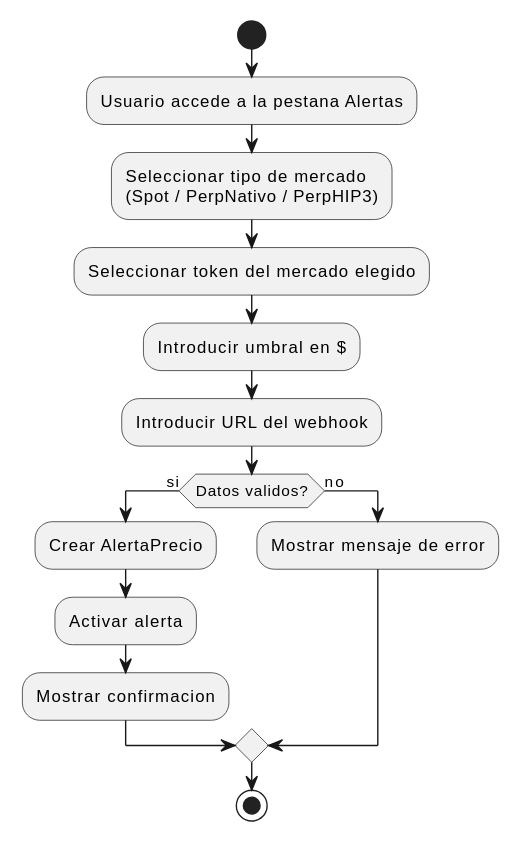
The PlantUML diagram imagenes/capitulo2/CU04-actividad.svg in nekiiiiis/tfg, before a commit. Its diagram source:
```plantuml
@startuml
start

:Usuario accede a la pestana Alertas;

:Seleccionar tipo de mercado\n(Spot / PerpNativo / PerpHIP3);

:Seleccionar token del mercado elegido;

:Introducir umbral en $;

:Introducir URL del webhook;

if (Datos validos?) then (si)
  :Crear AlertaPrecio;
  :Activar alerta;
  :Mostrar confirmacion;
else (no)
  :Mostrar mensaje de error;
endif

stop
@enduml
```
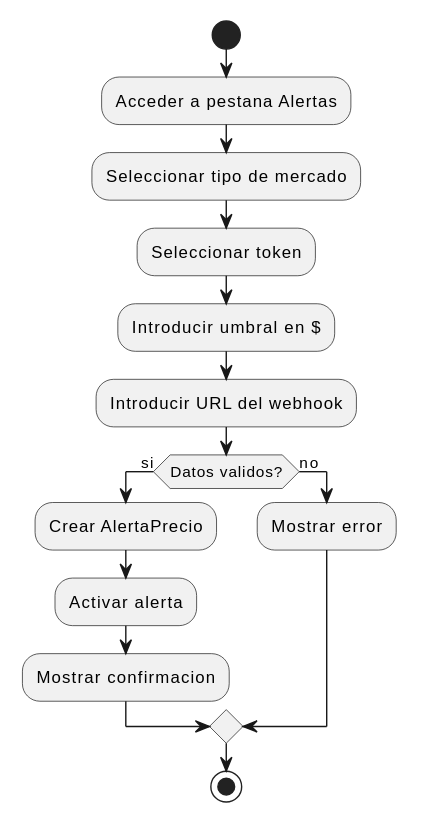
The same file after the commit.

The edit, as a diff of the source:
```diff
@@ -1,11 +1,11 @@
 @startuml
 start
 
-:Usuario accede a la pestana Alertas;
+:Acceder a pestana Alertas;
 
-:Seleccionar tipo de mercado\n(Spot / PerpNativo / PerpHIP3);
+:Seleccionar tipo de mercado;
 
-:Seleccionar token del mercado elegido;
+:Seleccionar token;
 
 :Introducir umbral en $;
 
@@ -16,7 +16,7 @@
   :Activar alerta;
   :Mostrar confirmacion;
 else (no)
-  :Mostrar mensaje de error;
+  :Mostrar error;
 endif
 
 stop
```
